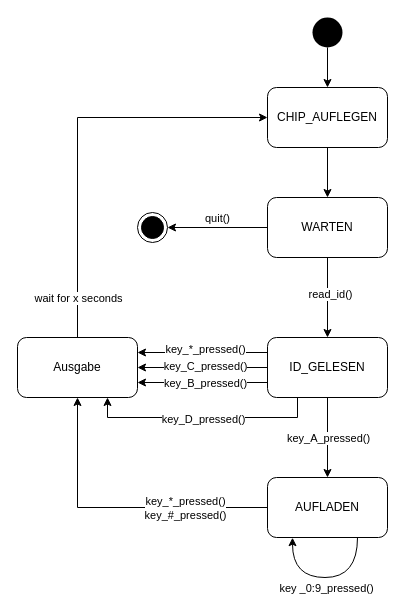
Before: design/StatePattern.drawio in lukas-honold/BudeRFID, a draw.io diagram. Source tidied: cells renumbered, new cells numbered last; positions are measured from the earlier drawing's top-left corner, leaving out a move shared by most shapes. Both pictures are drawn from the tidied source at 100%, with x=0, y=0 at pixel (17, 17).
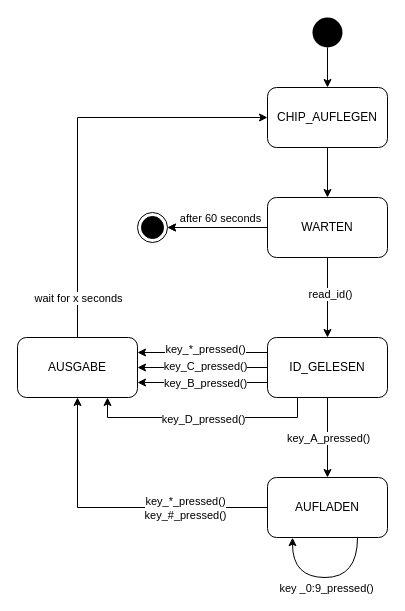
Above is the later version.

Commit message:
ChipAuflegen State implementiert

Unchanged cells that the change refers to:
```xml
<mxCell id="6" style="edgeStyle=none;rounded=0;jettySize=auto;html=1;exitX=0;exitY=0.5;exitDx=0;exitDy=0;entryX=1;entryY=0.5;entryDx=0;entryDy=0;" parent="1" edge="1" source="8" target="29">
  <mxGeometry relative="1" as="geometry" />
</mxCell>
<mxCell id="8" value="WARTEN" style="rounded=1;whiteSpace=wrap;html=1;" parent="1" vertex="1">
  <mxGeometry x="250" y="180" width="120" height="60" as="geometry" />
</mxCell>
<mxCell id="29" style="ellipse;html=1;shape=endState;fillColor=#000000;strokeColor=#000000;" parent="1" vertex="1">
  <mxGeometry x="120" y="195" width="30" height="30" as="geometry" />
</mxCell>
```

Change to the diagram source:
```diff
@@
-    <mxCell id="7" value="quit()" style="edgeLabel;html=1;align=center;verticalAlign=middle;" parent="6" vertex="1">
+    <mxCell id="7" value="after 60 seconds" style="edgeLabel;html=1;align=center;verticalAlign=middle;" parent="6" vertex="1">
       <mxGeometry x="-0.29" y="1" relative="1" as="geometry">
-        <mxPoint x="-14.6" y="-11" as="offset" />
+        <mxPoint x="-11.1" y="-11" as="offset" />
       </mxGeometry>
     </mxCell>
+    <mxCell id="31" style="edgeStyle=orthogonalEdgeStyle;rounded=0;jettySize=auto;html=1;" parent="1" edge="1" source="8" target="29">
+      <mxGeometry relative="1" as="geometry" />
+    </mxCell>
@@
-    <mxCell id="30" value="Ausgabe" style="rounded=1;whiteSpace=wrap;html=1;" parent="1" vertex="1">
+    <mxCell id="30" value="AUSGABE" style="rounded=1;whiteSpace=wrap;html=1;" parent="1" vertex="1">
       <mxGeometry y="320" width="120" height="60" as="geometry" />
     </mxCell>
```
